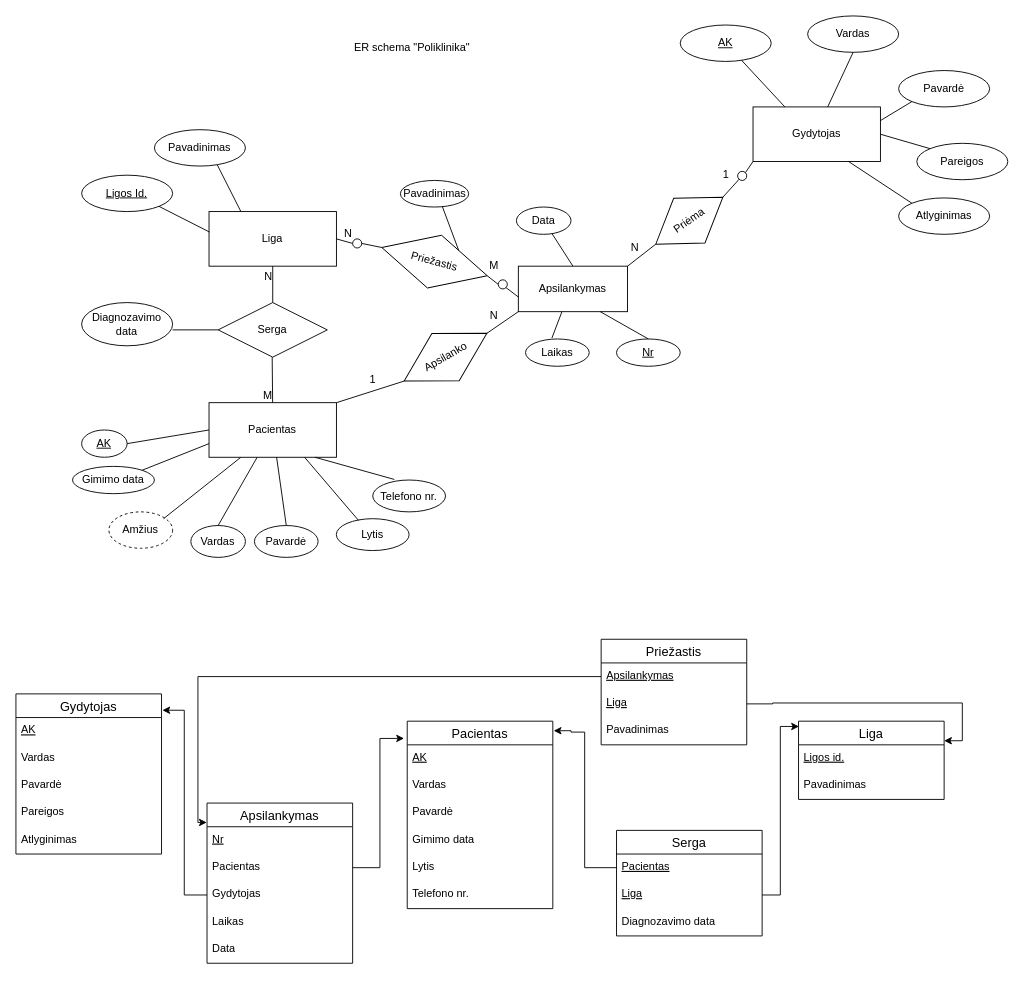
artnaxel/DBVS keeps this draw.io diagram as Poliklinika.drawio. Above is the earlier version. Source tidied: cells renumbered, new cells numbered last; positions are measured from the earlier drawing's top-left corner, leaving out a move shared by most shapes. Both pictures are drawn from the tidied source at 91%, with x=0, y=0 at pixel (15, 15).
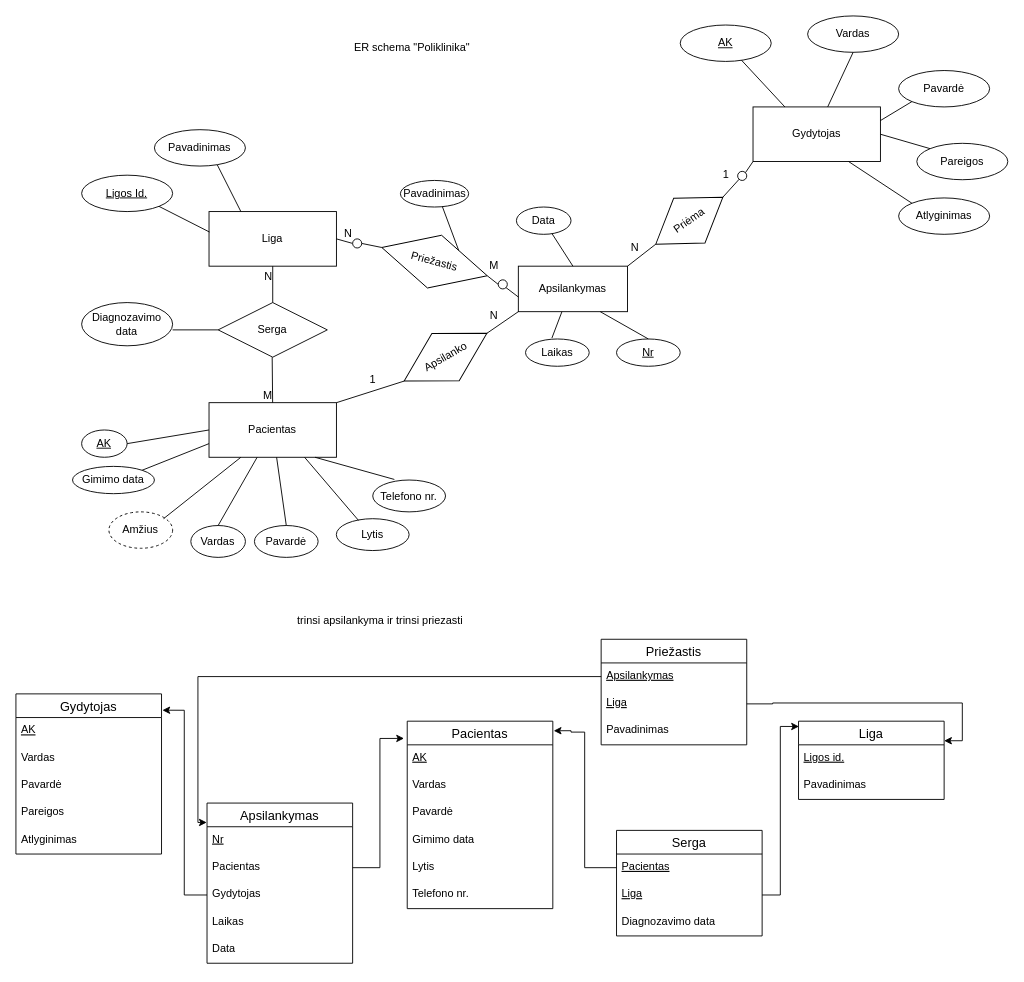
After the change.

The edit, as a diff of the source:
```diff
@@
+    <mxCell id="107" value="trinsi apsilankyma ir trinsi priezasti" style="text;html=1;align=center;verticalAlign=middle;strokeColor=none;fillColor=none;" parent="1" vertex="1">
+      <mxGeometry x="295" y="650" width="210" height="30" as="geometry" />
+    </mxCell>
```
